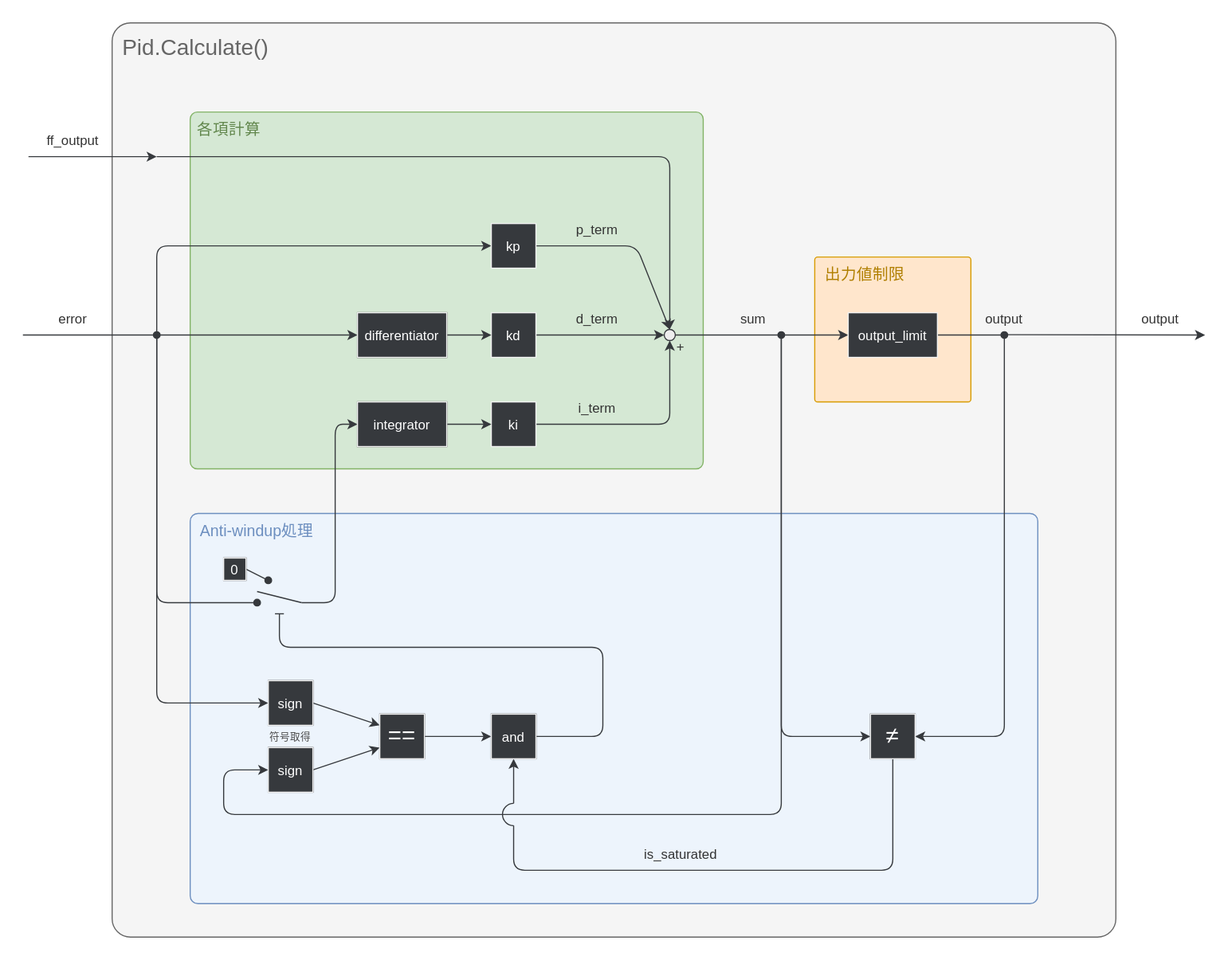
Earlier version of the draw.io export docs/pid.drawio.svg (shinshu-alps/alps_docs). Source tidied: cells renumbered, new cells last; positions are measured from the earlier drawing's top-left corner, leaving out a move shared by most shapes.
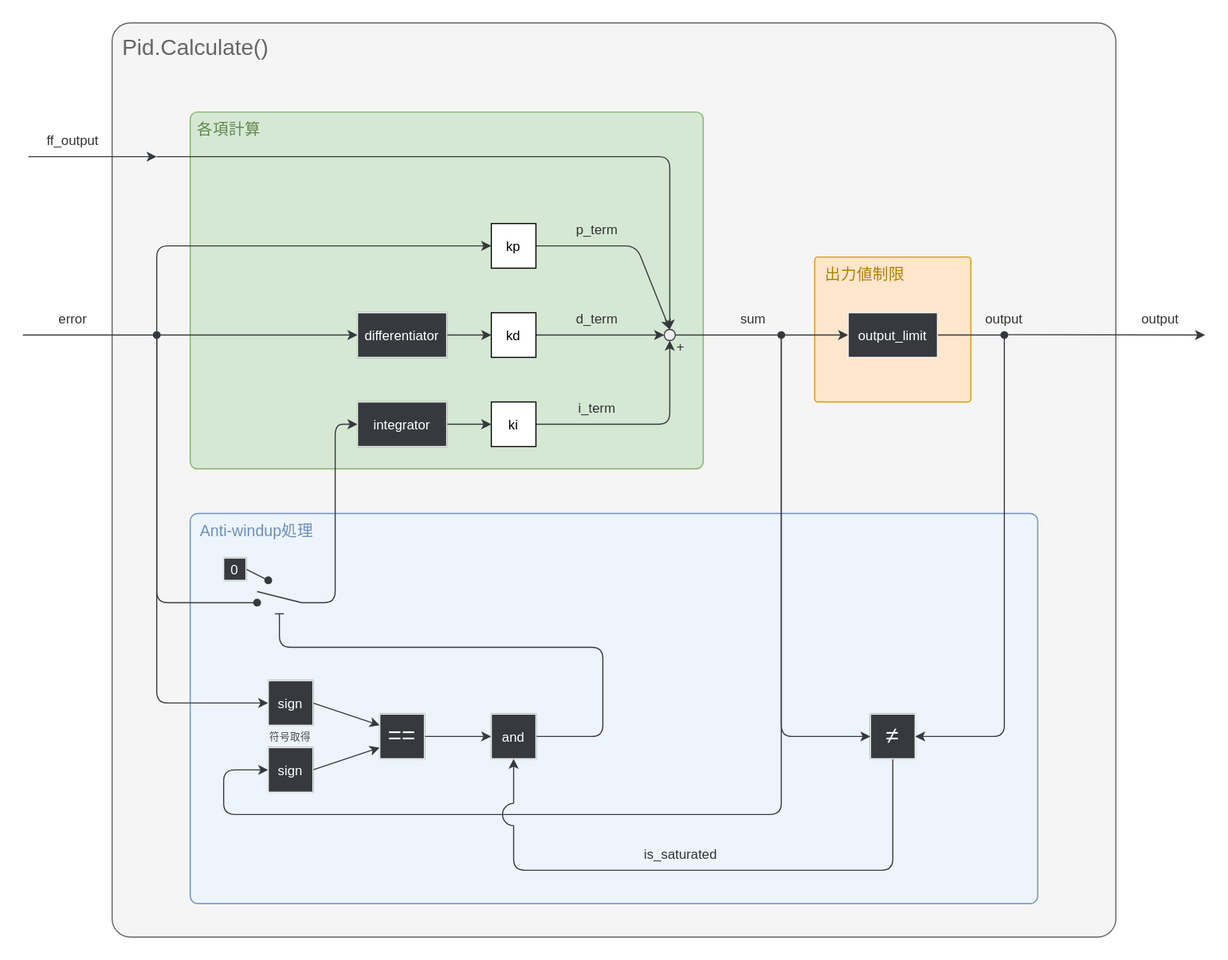
Later version of the same file.

The edit, as a diff of the source:
```diff
@@ -64,7 +64,7 @@
         </Array>
       </mxGeometry>
     </mxCell>
-    <mxCell id="16" value="kp" style="rounded=0;fillColor=#36393D;fontColor=#FFFFFF;strokeColor=#F0F0F0;strokeWidth=1;" parent="1" vertex="1">
+    <mxCell id="16" value="kp" style="rounded=0;strokeWidth=1;" parent="1" vertex="1">
       <mxGeometry x="440" y="200" width="40" height="40" as="geometry" />
     </mxCell>
     <mxCell id="17" style="edgeStyle=none;endArrow=classic;endFill=1;fillColor=#eeeeee;strokeColor=#36393d;entryX=0.5;entryY=1;entryDx=0;entryDy=0;" parent="1" edge="1" source="18" target="29">
@@ -74,13 +74,13 @@
         </Array>
       </mxGeometry>
     </mxCell>
-    <mxCell id="18" value="ki" style="rounded=0;fillColor=#36393D;fontColor=#FFFFFF;strokeColor=#F0F0F0;strokeWidth=1;" parent="1" vertex="1">
+    <mxCell id="18" value="ki" style="rounded=0;strokeWidth=1;" parent="1" vertex="1">
       <mxGeometry x="440" y="360" width="40" height="40" as="geometry" />
     </mxCell>
     <mxCell id="19" style="edgeStyle=none;exitX=1;exitY=0.5;exitDx=0;exitDy=0;endArrow=classic;endFill=1;fillColor=#eeeeee;strokeColor=#36393d;entryX=0;entryY=0.5;entryDx=0;entryDy=0;" parent="1" edge="1" source="20" target="29">
       <mxGeometry relative="1" as="geometry" />
     </mxCell>
-    <mxCell id="20" value="kd" style="rounded=0;fillColor=#36393D;fontColor=#FFFFFF;strokeColor=#F0F0F0;strokeWidth=1;" parent="1" vertex="1">
+    <mxCell id="20" value="kd" style="rounded=0;strokeWidth=1;" parent="1" vertex="1">
       <mxGeometry x="440" y="280" width="40" height="40" as="geometry" />
     </mxCell>
     <mxCell id="21" style="edgeStyle=none;exitX=1;exitY=0.5;exitDx=0;exitDy=0;entryX=0;entryY=0.5;entryDx=0;entryDy=0;strokeColor=#36393D;endArrow=classic;endFill=1;" parent="1" edge="1" source="22" target="18">
```
